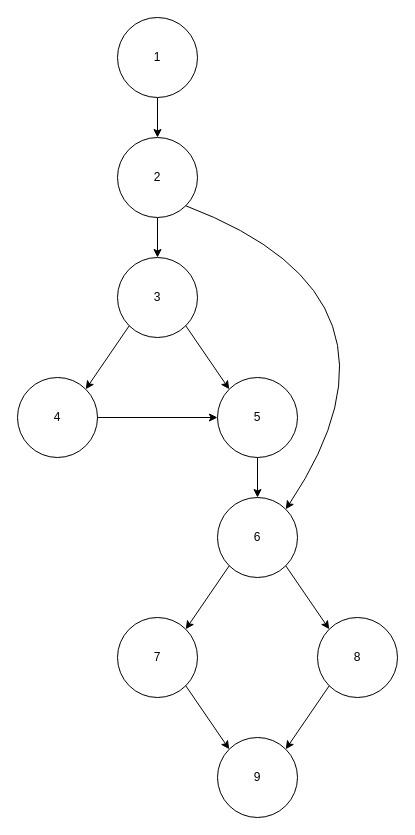
Kristiansito/Diagramas keeps this draw.io diagram as Prueba_del_camino_basico.drawio. Above is the earlier version. Source tidied: cells renumbered, new cells numbered last; positions are measured from the earlier drawing's top-left corner, leaving out a move shared by most shapes. Both pictures are drawn from the tidied source at 100%, with x=0, y=0 at pixel (17, 17).
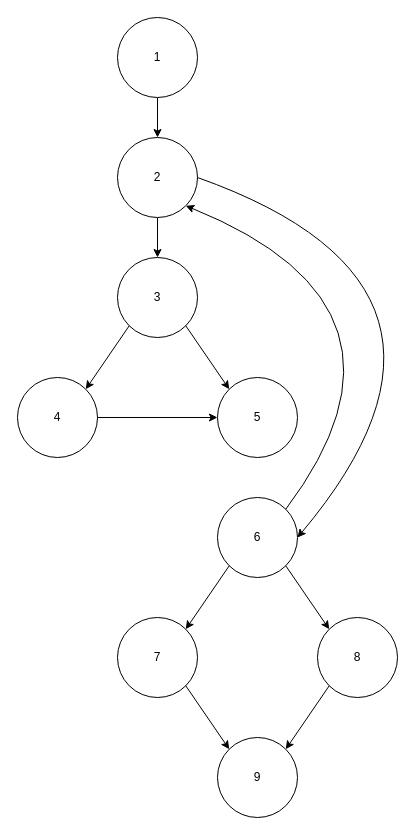
After the change.

The change refers to these unchanged cells:
```xml
<mxCell id="5" value="2" style="ellipse;whiteSpace=wrap;html=1;" parent="1" vertex="1">
  <mxGeometry x="100" y="120" width="80" height="80" as="geometry" />
</mxCell>
<mxCell id="9" value="5" style="ellipse;whiteSpace=wrap;html=1;" parent="1" vertex="1">
  <mxGeometry x="200" y="360" width="80" height="80" as="geometry" />
</mxCell>
<mxCell id="13" value="6" style="ellipse;whiteSpace=wrap;html=1;" parent="1" vertex="1">
  <mxGeometry x="200" y="480" width="80" height="80" as="geometry" />
</mxCell>
```

The edit, as a diff of the source:
```diff
@@
-    <mxCell id="8" style="edgeStyle=orthogonalEdgeStyle;rounded=0;jettySize=auto;html=1;" parent="1" edge="1" source="9" target="13">
-      <mxGeometry relative="1" as="geometry" />
-    </mxCell>
@@
-    <mxCell id="21" style="curved=1;endArrow=classic;html=1;rounded=0;entryX=1;entryY=0;entryDx=0;entryDy=0;exitX=1;exitY=1;exitDx=0;exitDy=0;" parent="1" edge="1" source="5" target="13">
+    <mxCell id="21" style="curved=1;endArrow=classic;html=1;rounded=0;entryX=1;entryY=0.5;entryDx=0;entryDy=0;exitX=1;exitY=0.5;exitDx=0;exitDy=0;" parent="1" edge="1" source="5" target="13">
       <mxGeometry relative="1" as="geometry">
         <Array as="points">
-          <mxPoint x="410" y="280" />
+          <mxPoint x="490" y="270" />
         </Array>
       </mxGeometry>
     </mxCell>
+    <mxCell id="22" style="curved=1;endArrow=classic;html=1;rounded=0;exitX=1;exitY=0;exitDx=0;exitDy=0;entryX=1;entryY=1;entryDx=0;entryDy=0;" parent="1" edge="1" source="13" target="5">
+      <mxGeometry relative="1" as="geometry">
+        <Array as="points">
+          <mxPoint x="420" y="290" />
+        </Array>
+      </mxGeometry>
+    </mxCell>
```
